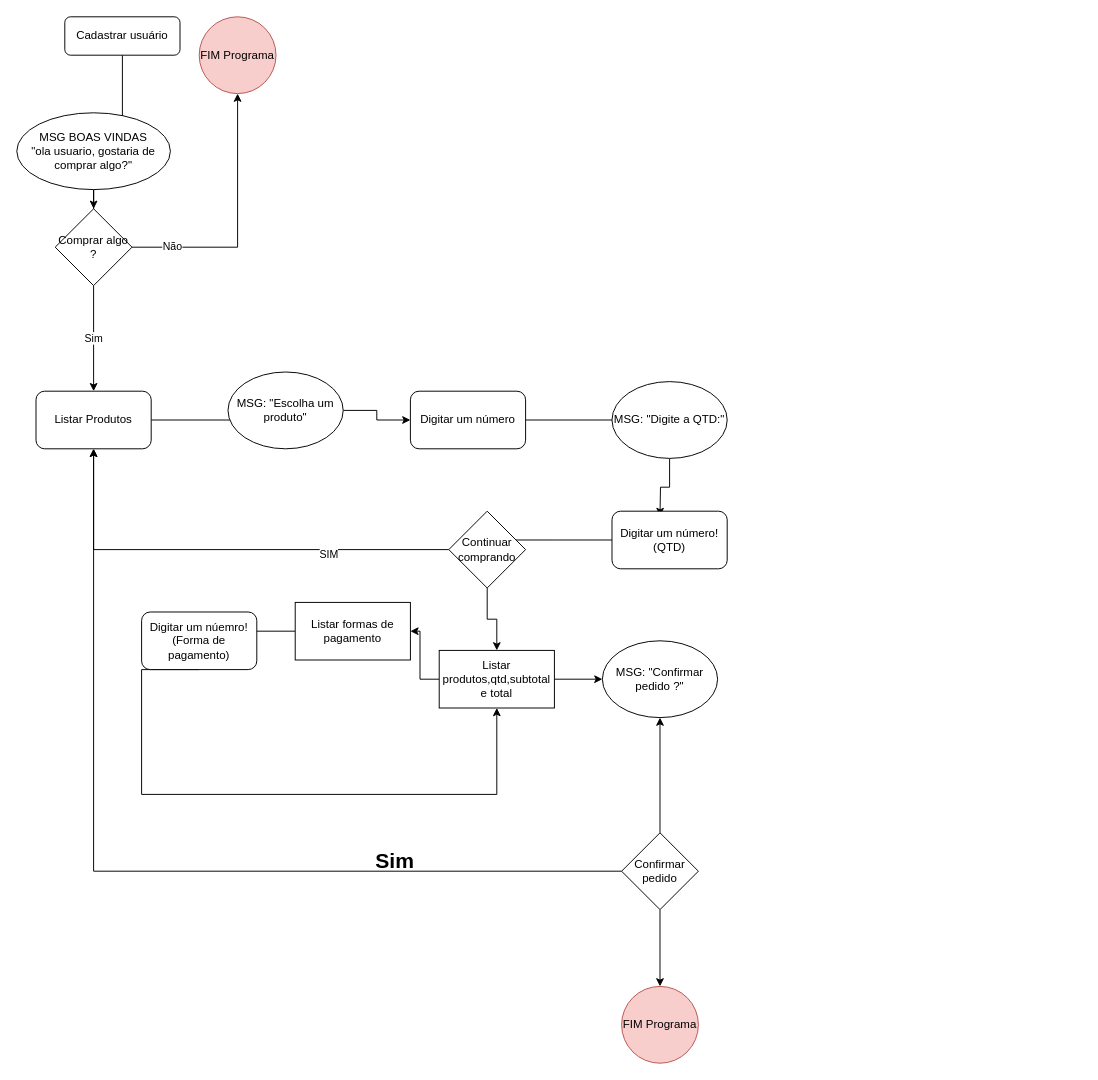
Earlier version of the draw.io diagram Untitled Diagram.drawio (reisritter/turma11java). Source tidied: cells renumbered, new cells numbered last; positions are measured from the earlier drawing's top-left corner, leaving out a move shared by most shapes. Both pictures are drawn from the tidied source at 96%, with x=0, y=0 at pixel (16, 16).
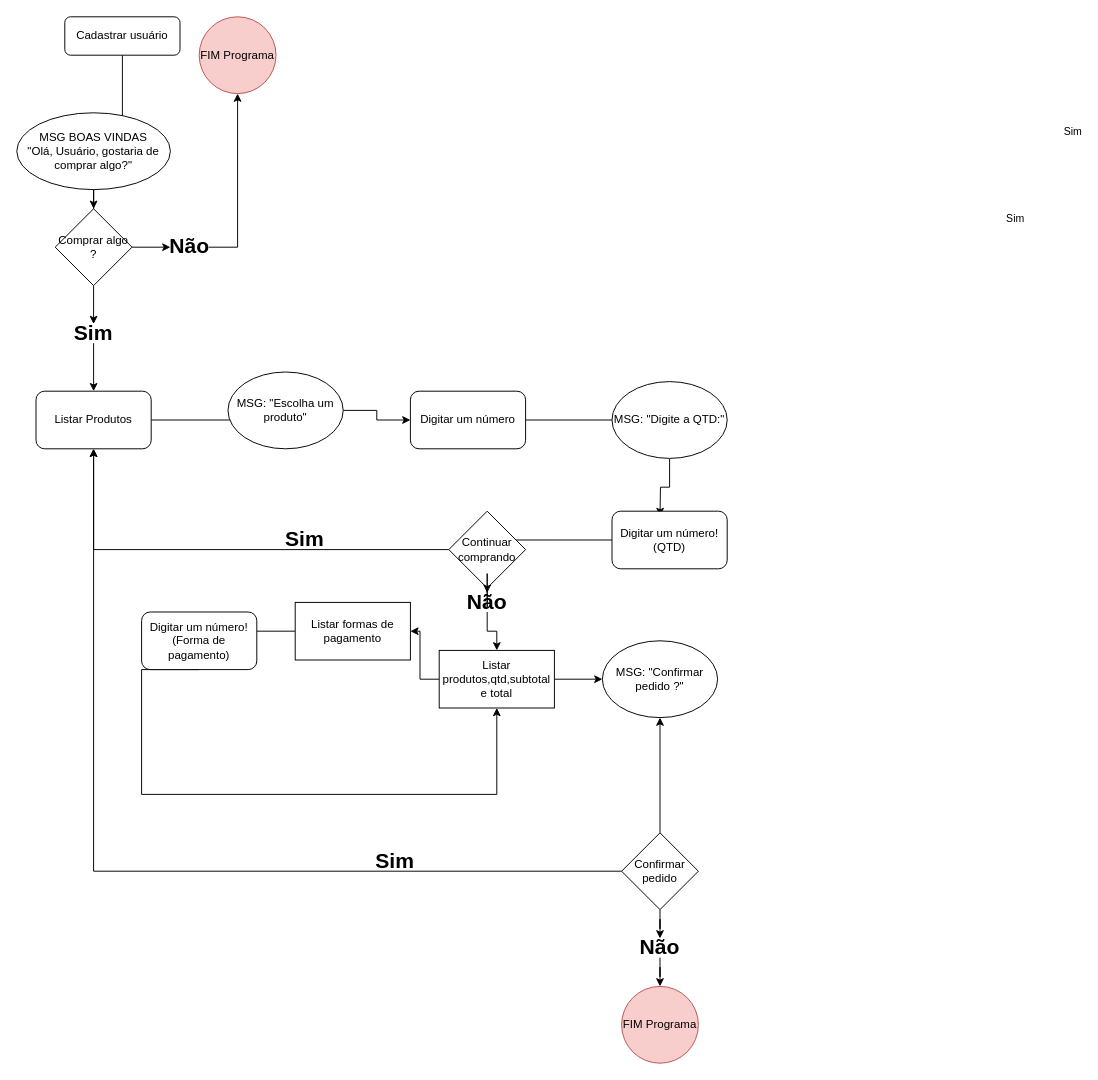
The same diagram, later.

Unchanged cells that the change refers to:
```xml
<mxCell id="7" value="Comprar algo ?&lt;br&gt;" style="rhombus;whiteSpace=wrap;html=1;" parent="1" vertex="1">
  <mxGeometry x="40" y="200" width="80" height="80" as="geometry" />
</mxCell>
<mxCell id="11" value="Listar Produtos" style="rounded=1;whiteSpace=wrap;html=1;" parent="1" vertex="1">
  <mxGeometry x="20" y="390" width="120" height="60" as="geometry" />
</mxCell>
<mxCell id="20" style="edgeStyle=orthogonalEdgeStyle;rounded=0;jettySize=auto;html=1;" parent="1" edge="1" source="23" target="11">
  <mxGeometry relative="1" as="geometry" />
</mxCell>
<mxCell id="23" value="Continuar comprando" style="rhombus;whiteSpace=wrap;html=1;" parent="1" vertex="1">
  <mxGeometry x="450" y="515" width="80" height="80" as="geometry" />
</mxCell>
<mxCell id="30" value="Listar produtos,qtd,subtotal e total" style="rounded=0;whiteSpace=wrap;html=1;" parent="1" vertex="1">
  <mxGeometry x="440" y="660" width="120" height="60" as="geometry" />
</mxCell>
<mxCell id="35" value="Confirmar pedido" style="rhombus;whiteSpace=wrap;html=1;" parent="1" vertex="1">
  <mxGeometry x="630" y="850" width="80" height="80" as="geometry" />
</mxCell>
<mxCell id="36" value="FIM Programa&lt;br&gt;" style="ellipse;whiteSpace=wrap;html=1;fillColor=#f8cecc;strokeColor=#b85450;" parent="1" vertex="1">
  <mxGeometry x="630" y="1010" width="80" height="80" as="geometry" />
</mxCell>
<mxCell id="37" value="FIM Programa&lt;br&gt;" style="ellipse;whiteSpace=wrap;html=1;fillColor=#f8cecc;strokeColor=#b85450;" parent="1" vertex="1">
  <mxGeometry x="190" width="80" height="80" as="geometry" />
</mxCell>
```

Change to the diagram source:
```diff
@@
-    <mxCell id="5" value="MSG BOAS VINDAS&lt;br&gt;&quot;ola usuario, gostaria de comprar algo?&quot;" style="ellipse;whiteSpace=wrap;html=1;" parent="1" vertex="1">
+    <mxCell id="5" value="MSG BOAS VINDAS&lt;br&gt;&quot;Olá, Usuário, gostaria de comprar algo?&quot;" style="ellipse;whiteSpace=wrap;html=1;" parent="1" vertex="1">
       <mxGeometry y="100" width="160" height="80" as="geometry" />
     </mxCell>
-    <mxCell id="6" value="Sim" style="edgeStyle=orthogonalEdgeStyle;rounded=0;jettySize=auto;html=1;exitX=0.5;exitY=1;exitDx=0;exitDy=0;" parent="1" edge="1" source="7" target="11">
-      <mxGeometry relative="1" as="geometry" />
+    <mxCell id="6" value="Sim" style="edgeStyle=orthogonalEdgeStyle;rounded=0;jettySize=auto;html=1;exitX=0.5;exitY=1;exitDx=0;exitDy=0;verticalAlign=middle;" parent="1" edge="1" source="40" target="11">
+      <mxGeometry x="-1" y="1043" relative="1" as="geometry">
+        <mxPoint x="-23" y="-220" as="offset" />
+      </mxGeometry>
     </mxCell>
@@
-    <mxCell id="8" style="edgeStyle=orthogonalEdgeStyle;rounded=0;jettySize=auto;html=1;exitX=1;exitY=0.5;exitDx=0;exitDy=0;" parent="1" edge="1" source="7" target="37">
+    <mxCell id="8" style="edgeStyle=orthogonalEdgeStyle;rounded=0;jettySize=auto;html=1;exitX=1;exitY=0.5;exitDx=0;exitDy=0;" parent="1" edge="1" source="42" target="37">
       <mxGeometry relative="1" as="geometry" />
     </mxCell>
-    <mxCell id="9" value="Não" style="edgeLabel;html=1;align=center;verticalAlign=middle;" parent="8" vertex="1">
-      <mxGeometry x="-0.7" y="2" relative="1" as="geometry" />
-    </mxCell>
@@
-    <mxCell id="21" value="SIM" style="edgeLabel;html=1;align=center;verticalAlign=middle;" parent="20" vertex="1">
-      <mxGeometry x="-0.47" y="4" relative="1" as="geometry" />
-    </mxCell>
-    <mxCell id="22" style="edgeStyle=orthogonalEdgeStyle;rounded=0;jettySize=auto;html=1;exitX=0.5;exitY=1;exitDx=0;exitDy=0;" parent="1" edge="1" source="23" target="30">
+    <mxCell id="22" style="edgeStyle=orthogonalEdgeStyle;rounded=0;jettySize=auto;html=1;exitX=0.5;exitY=1;exitDx=0;exitDy=0;" parent="1" edge="1" source="46" target="30">
       <mxGeometry relative="1" as="geometry" />
     </mxCell>
@@
-    <mxCell id="27" value="Digitar um núemro!(Forma de pagamento)" style="rounded=1;whiteSpace=wrap;html=1;" parent="1" vertex="1">
+    <mxCell id="27" value="Digitar um número!(Forma de pagamento)" style="rounded=1;whiteSpace=wrap;html=1;" parent="1" vertex="1">
       <mxGeometry x="130" y="620" width="120" height="60" as="geometry" />
     </mxCell>
@@
-    <mxCell id="34" style="edgeStyle=orthogonalEdgeStyle;rounded=0;jettySize=auto;html=1;" parent="1" edge="1" source="35" target="36">
+    <mxCell id="34" style="edgeStyle=orthogonalEdgeStyle;rounded=0;jettySize=auto;html=1;" parent="1" edge="1" source="44" target="36">
       <mxGeometry relative="1" as="geometry" />
     </mxCell>
@@
+    <mxCell id="39" value="&lt;font style=&quot;font-size: 22px&quot;&gt;Sim&lt;/font&gt;" style="text;html=1;strokeColor=none;fillColor=none;align=center;verticalAlign=middle;whiteSpace=wrap;rounded=0;fontStyle=1;fontSize=14;" parent="1" vertex="1">
+      <mxGeometry x="280" y="535" width="40" height="20" as="geometry" />
+    </mxCell>
+    <mxCell id="40" value="&lt;font style=&quot;font-size: 22px&quot;&gt;Sim&lt;/font&gt;" style="text;html=1;strokeColor=none;fillColor=none;align=center;verticalAlign=middle;whiteSpace=wrap;rounded=0;fontStyle=1;fontSize=14;" parent="1" vertex="1">
+      <mxGeometry x="60" y="320" width="40" height="20" as="geometry" />
+    </mxCell>
+    <mxCell id="41" value="Sim" style="edgeStyle=orthogonalEdgeStyle;rounded=0;jettySize=auto;html=1;exitX=0.5;exitY=1;exitDx=0;exitDy=0;" parent="1" edge="1" source="7" target="40">
+      <mxGeometry x="-1" y="963" relative="1" as="geometry">
+        <mxPoint x="-3" y="-70" as="offset" />
+      </mxGeometry>
+    </mxCell>
+    <mxCell id="42" value="&lt;font style=&quot;font-size: 22px&quot;&gt;Não&lt;/font&gt;" style="text;html=1;strokeColor=none;fillColor=none;align=center;verticalAlign=middle;whiteSpace=wrap;rounded=0;fontStyle=1;fontSize=14;" parent="1" vertex="1">
+      <mxGeometry x="160" y="230" width="40" height="20" as="geometry" />
+    </mxCell>
+    <mxCell id="43" style="edgeStyle=orthogonalEdgeStyle;rounded=0;jettySize=auto;html=1;exitX=1;exitY=0.5;exitDx=0;exitDy=0;" parent="1" edge="1" source="7" target="42">
+      <mxGeometry relative="1" as="geometry" />
+    </mxCell>
+    <mxCell id="44" value="&lt;font style=&quot;font-size: 22px&quot;&gt;Não&lt;/font&gt;" style="text;html=1;strokeColor=none;fillColor=none;align=center;verticalAlign=middle;whiteSpace=wrap;rounded=0;fontStyle=1;fontSize=14;" parent="1" vertex="1">
+      <mxGeometry x="650" y="960" width="40" height="20" as="geometry" />
+    </mxCell>
+    <mxCell id="45" style="edgeStyle=orthogonalEdgeStyle;rounded=0;jettySize=auto;html=1;" parent="1" edge="1" source="35" target="44">
+      <mxGeometry relative="1" as="geometry" />
+    </mxCell>
+    <mxCell id="46" value="&lt;font style=&quot;font-size: 22px&quot;&gt;Não&lt;/font&gt;" style="text;html=1;strokeColor=none;fillColor=none;align=center;verticalAlign=middle;whiteSpace=wrap;rounded=0;fontStyle=1;fontSize=14;" parent="1" vertex="1">
+      <mxGeometry x="470" y="600" width="40" height="20" as="geometry" />
+    </mxCell>
+    <mxCell id="47" style="edgeStyle=orthogonalEdgeStyle;rounded=0;jettySize=auto;html=1;exitX=0.5;exitY=1;exitDx=0;exitDy=0;" parent="1" edge="1" source="23" target="46">
+      <mxGeometry relative="1" as="geometry" />
+    </mxCell>
```
